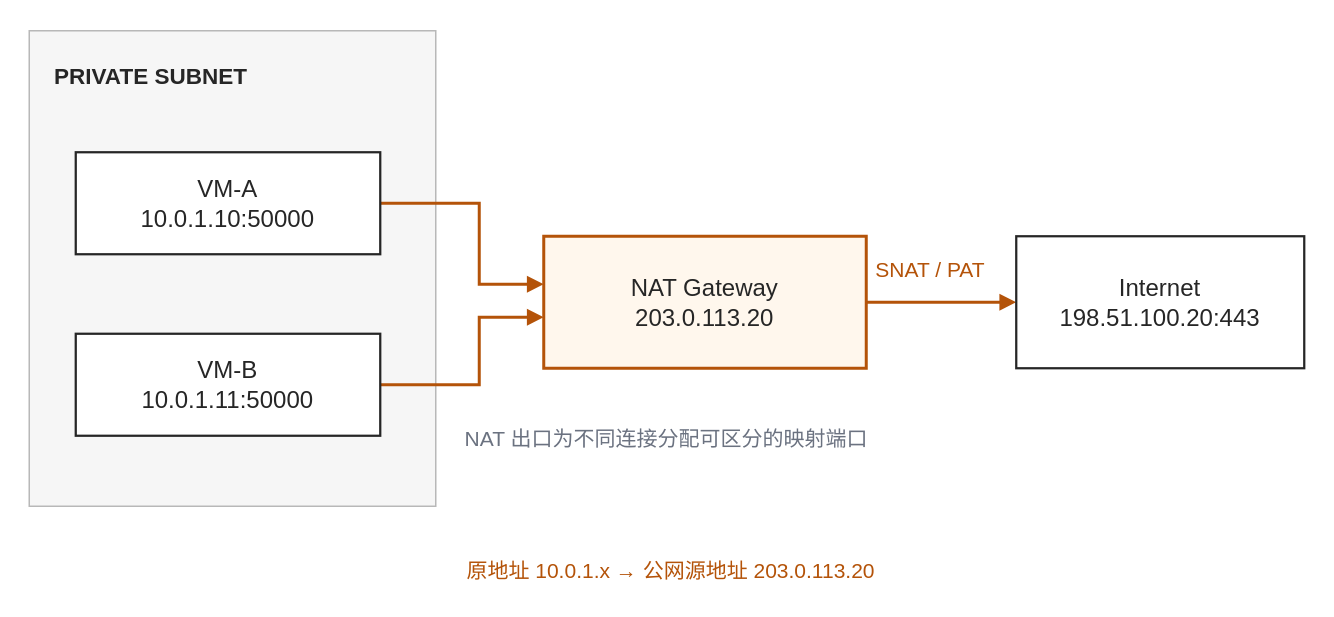
Earlier version of the draw.io diagram diagrams/nat-gateway.drawio (cafebeef1/cafebeef1.github.io). Source tidied: cells renumbered, new cells numbered last; positions are measured from the earlier drawing's top-left corner, leaving out a move shared by most shapes. Both pictures are drawn from the tidied source at 150%, with x=0, y=0 at pixel (28, 30).
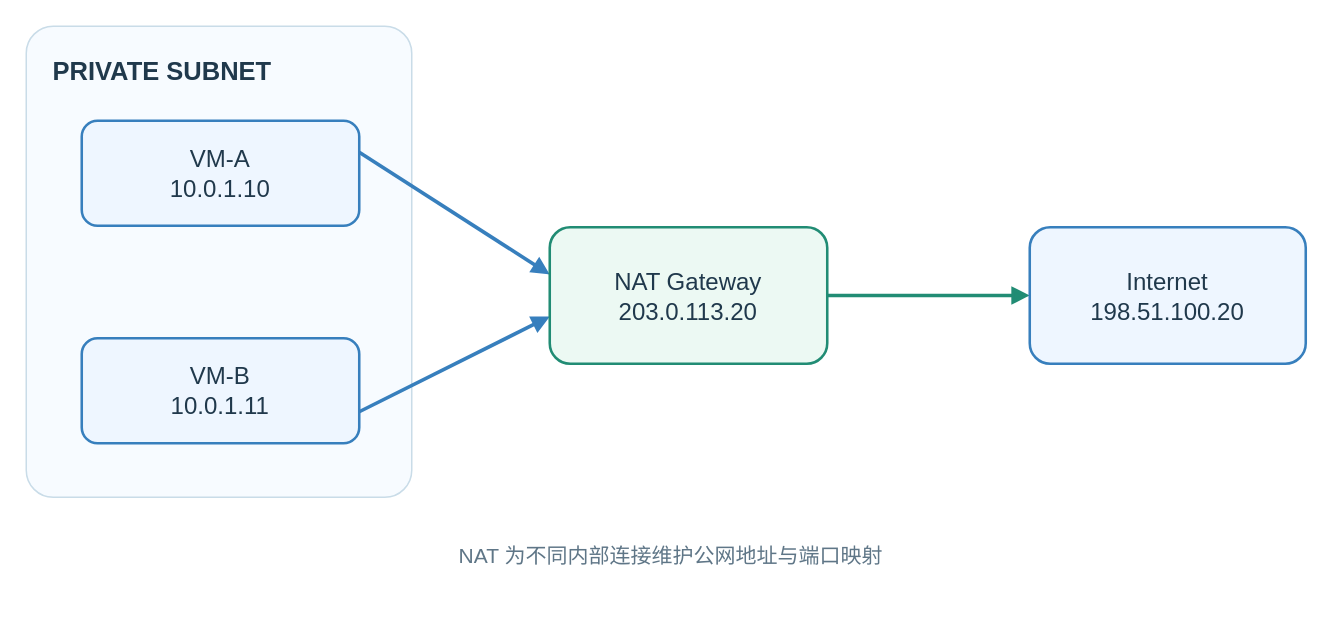
The same page after the edit.

What changed in the source:
```diff
@@
 <mxGraphModel>
   <root>
     <mxCell id="0" />
     <mxCell id="1" parent="0" />
-    <mxCell id="2" value="PRIVATE SUBNET" style="rounded=0;whiteSpace=wrap;html=0;fillColor=#f6f6f6;strokeColor=#b8b8b8;strokeWidth=1;align=left;verticalAlign=top;spacingTop=15;spacingLeft=15;fontStyle=1;fontSize=15;fontColor=#262626;" parent="1" vertex="1">
-      <mxGeometry width="271" height="317" as="geometry" />
+    <mxCell id="2" value="PRIVATE SUBNET" style="rounded=1;arcSize=7;whiteSpace=wrap;fillColor=#f7fbff;strokeColor=#c9dce8;fontSize=17;fontStyle=1;fontColor=#20394c;verticalAlign=top;align=left;spacingTop=14;spacingLeft=16;strokeWidth=1;" parent="1" vertex="1">
+      <mxGeometry x="-2" y="-3" width="257" height="314" as="geometry" />
     </mxCell>
-    <mxCell id="3" style="edgeStyle=none;html=0;rounded=0;strokeColor=#b45309;strokeWidth=2;endArrow=block;endFill=1;" parent="1" edge="1">
+    <mxCell id="3" style="edgeStyle=none;rounded=1;html=0;strokeColor=#377fbd;strokeWidth=2.4;endArrow=block;endFill=1;" parent="1" edge="1">
       <mxGeometry relative="1" as="geometry">
-        <mxPoint x="234" y="115" as="sourcePoint" />
-        <mxPoint x="343" y="169" as="targetPoint" />
-        <Array as="points">
-          <mxPoint x="300" y="115" />
-          <mxPoint x="300" y="169" />
-        </Array>
+        <mxPoint x="220" y="81" as="sourcePoint" />
+        <mxPoint x="347" y="162.5" as="targetPoint" />
       </mxGeometry>
     </mxCell>
-    <mxCell id="4" style="edgeStyle=none;html=0;rounded=0;strokeColor=#b45309;strokeWidth=2;endArrow=block;endFill=1;" parent="1" edge="1">
+    <mxCell id="4" style="edgeStyle=none;rounded=1;html=0;strokeColor=#377fbd;strokeWidth=2.4;endArrow=block;endFill=1;" parent="1" edge="1">
       <mxGeometry relative="1" as="geometry">
-        <mxPoint x="234" y="236" as="sourcePoint" />
-        <mxPoint x="343" y="191" as="targetPoint" />
-        <Array as="points">
-          <mxPoint x="300" y="236" />
-          <mxPoint x="300" y="191" />
-        </Array>
+        <mxPoint x="220" y="254" as="sourcePoint" />
+        <mxPoint x="347" y="190.5" as="targetPoint" />
       </mxGeometry>
     </mxCell>
-    <mxCell id="5" style="edgeStyle=none;html=0;rounded=0;strokeColor=#b45309;strokeWidth=2;endArrow=block;endFill=1;" parent="1" edge="1">
+    <mxCell id="5" style="edgeStyle=none;rounded=1;html=0;strokeColor=#218c74;strokeWidth=2.4;endArrow=block;endFill=1;" parent="1" edge="1">
       <mxGeometry relative="1" as="geometry">
-        <mxPoint x="558" y="181" as="sourcePoint" />
-        <mxPoint x="658" y="181" as="targetPoint" />
+        <mxPoint x="532" y="176.5" as="sourcePoint" />
+        <mxPoint x="667" y="176.5" as="targetPoint" />
       </mxGeometry>
     </mxCell>
-    <mxCell id="6" value="VM-A&#10;10.0.1.10:50000" style="rounded=0;whiteSpace=wrap;html=0;fillColor=#fff;strokeColor=#262626;strokeWidth=1.5;fontSize=16;fontColor=#262626;align=center;verticalAlign=middle;spacing=5;" parent="1" vertex="1">
-      <mxGeometry x="31" y="81" width="203" height="68" as="geometry" />
+    <mxCell id="6" value="VM-A&#10;10.0.1.10" style="rounded=1;arcSize=15;whiteSpace=wrap;html=0;fillColor=#eef6ff;strokeColor=#377fbd;strokeWidth=1.7;fontSize=16;fontColor=#20394c;align=center;verticalAlign=middle;spacing=5;" parent="1" vertex="1">
+      <mxGeometry x="35" y="60" width="185" height="70" as="geometry" />
     </mxCell>
-    <mxCell id="7" value="VM-B&#10;10.0.1.11:50000" style="rounded=0;whiteSpace=wrap;html=0;fillColor=#fff;strokeColor=#262626;strokeWidth=1.5;fontSize=16;fontColor=#262626;align=center;verticalAlign=middle;spacing=5;" parent="1" vertex="1">
-      <mxGeometry x="31" y="202" width="203" height="68" as="geometry" />
+    <mxCell id="7" value="VM-B&#10;10.0.1.11" style="rounded=1;arcSize=15;whiteSpace=wrap;html=0;fillColor=#eef6ff;strokeColor=#377fbd;strokeWidth=1.7;fontSize=16;fontColor=#20394c;align=center;verticalAlign=middle;spacing=5;" parent="1" vertex="1">
+      <mxGeometry x="35" y="205" width="185" height="70" as="geometry" />
     </mxCell>
-    <mxCell id="8" value="NAT Gateway&#10;203.0.113.20" style="rounded=0;whiteSpace=wrap;html=0;fillColor=#fff7ed;strokeColor=#b45309;strokeWidth=2;fontSize=16;fontColor=#262626;align=center;verticalAlign=middle;spacing=5;" parent="1" vertex="1">
-      <mxGeometry x="343" y="137" width="215" height="88" as="geometry" />
+    <mxCell id="8" value="NAT Gateway&#10;203.0.113.20" style="rounded=1;arcSize=15;whiteSpace=wrap;html=0;fillColor=#ecf9f3;strokeColor=#218c74;strokeWidth=1.7;fontSize=16;fontColor=#20394c;align=center;verticalAlign=middle;spacing=5;" parent="1" vertex="1">
+      <mxGeometry x="347" y="131" width="185" height="91" as="geometry" />
     </mxCell>
-    <mxCell id="9" value="Internet&#10;198.51.100.20:443" style="rounded=0;whiteSpace=wrap;html=0;fillColor=#fff;strokeColor=#262626;strokeWidth=1.5;fontSize=16;fontColor=#262626;align=center;verticalAlign=middle;spacing=5;" parent="1" vertex="1">
-      <mxGeometry x="658" y="137" width="192" height="88" as="geometry" />
+    <mxCell id="9" value="Internet&#10;198.51.100.20" style="rounded=1;arcSize=15;whiteSpace=wrap;html=0;fillColor=#eef6ff;strokeColor=#377fbd;strokeWidth=1.7;fontSize=16;fontColor=#20394c;align=center;verticalAlign=middle;spacing=5;" parent="1" vertex="1">
+      <mxGeometry x="667" y="131" width="184" height="91" as="geometry" />
     </mxCell>
-    <mxCell id="10" value="SNAT / PAT" style="text;html=0;strokeColor=none;fillColor=none;align=center;verticalAlign=middle;fontColor=#b45309;fontSize=14;" parent="1" vertex="1">
-      <mxGeometry x="371" y="145" width="460" height="27" as="geometry" />
+    <mxCell id="10" value="NAT 为不同内部连接维护公网地址与端口映射" style="text;html=0;whiteSpace=wrap;fillColor=none;strokeColor=none;fontColor=#5f7687;fontSize=14;align=center;verticalAlign=middle;" parent="1" vertex="1">
+      <mxGeometry x="8" y="336" width="840" height="28" as="geometry" />
     </mxCell>
-    <mxCell id="11" value="NAT 出口为不同连接分配可区分的映射端口" style="text;html=0;strokeColor=none;fillColor=none;align=center;verticalAlign=middle;fontColor=#6b7280;fontSize=14;" parent="1" vertex="1">
-      <mxGeometry x="195" y="258" width="460" height="27" as="geometry" />
-    </mxCell>
-    <mxCell id="12" value="原地址 10.0.1.x  →  公网源地址 203.0.113.20" style="text;html=0;strokeColor=none;fillColor=none;align=center;verticalAlign=middle;fontColor=#b45309;fontSize=14;" parent="1" vertex="1">
-      <mxGeometry x="198" y="346" width="460" height="27" as="geometry" />
-    </mxCell>
   </root>
 </mxGraphModel>
```
